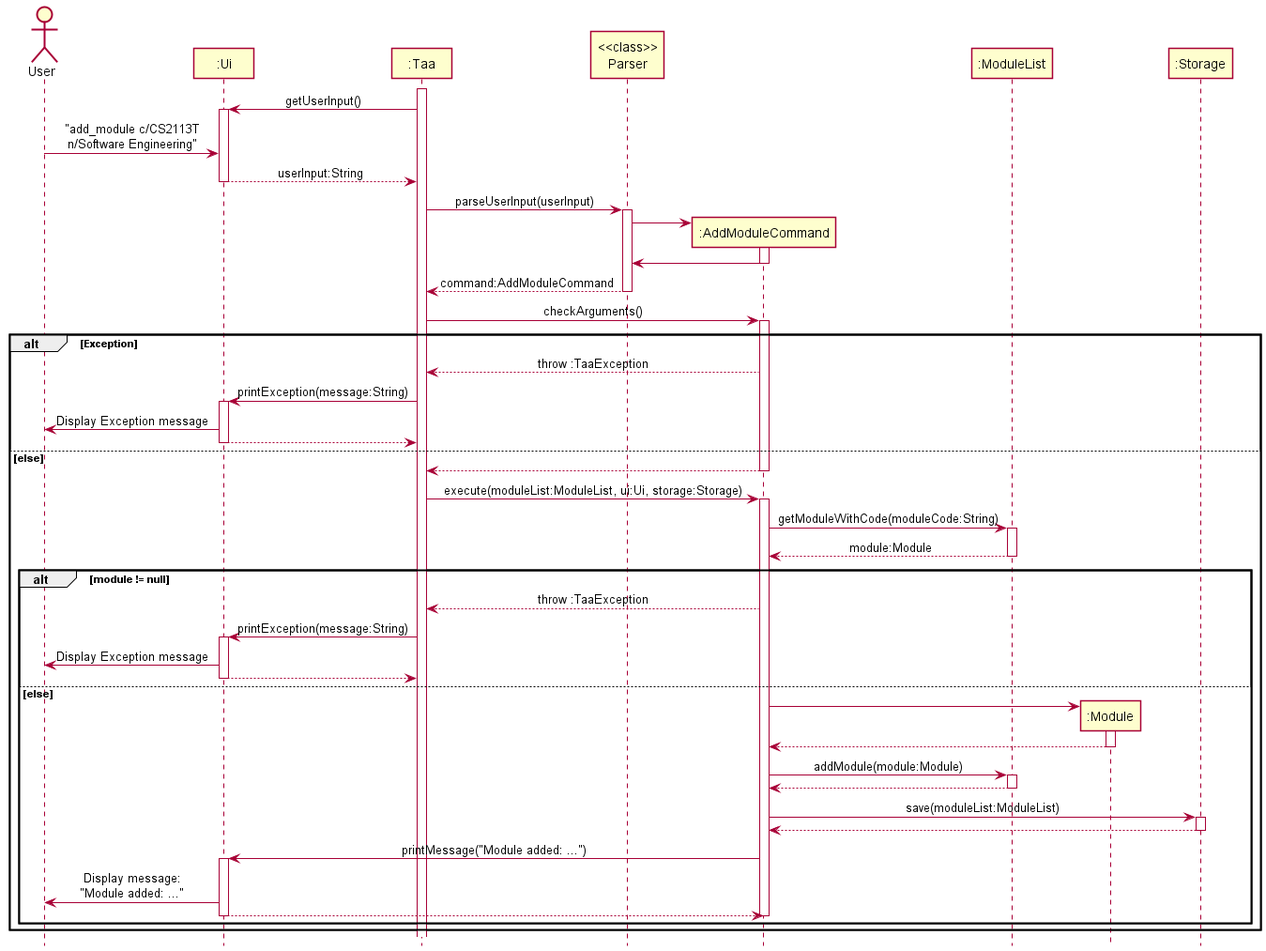
nus-cs2113-AY2122S1/tp keeps this PlantUML diagram as docs/diagrams/AddModuleSequenceDiagram.png. Above is the earlier version.
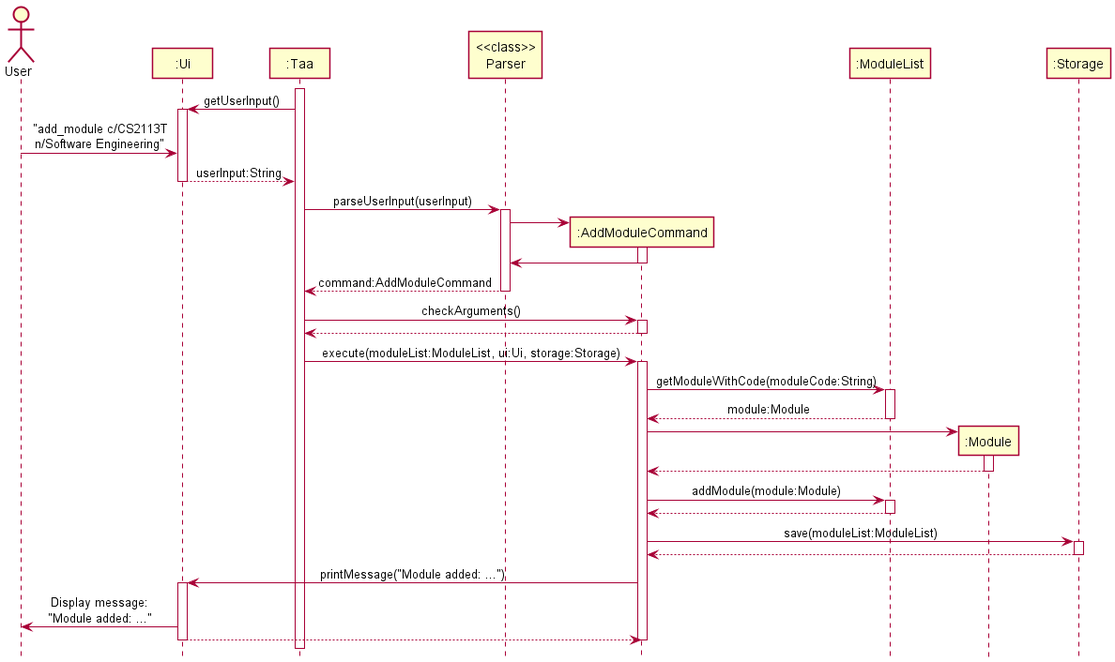
Later version of the same file.

Commit message:
Make sequence diagrams simplier

Diff of the diagram source:
```diff
@@ -33,15 +33,7 @@
 
 taa -> addModuleCommand : checkArguments()
 activate addModuleCommand
-alt Exception
-addModuleCommand --> taa : throw :TaaException
-taa -> ui : printException(message:String)
-activate ui
-ui -> user : Display Exception message
-ui --> taa
-deactivate ui
 
-else else
 addModuleCommand --> taa
 deactivate addModuleCommand
 
@@ -54,15 +46,6 @@
 moduleList --> addModuleCommand : module:Module
 deactivate moduleList
 
-alt module != null
-addModuleCommand --> taa : throw :TaaException
-taa -> ui : printException(message:String)
-activate ui
-ui -> user : Display Exception message
-ui --> taa
-deactivate ui
-
-else else
 create module
 addModuleCommand -> module
 activate module
@@ -86,7 +69,5 @@
 deactivate ui
 
 deactivate addModuleCommand
-end
-end
 
 @enduml
```
